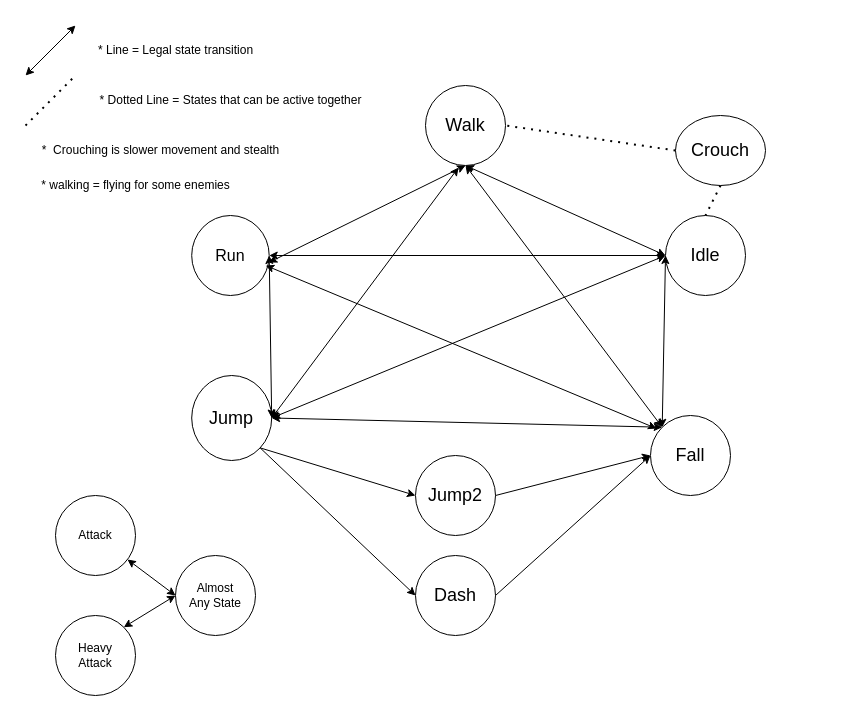
HolyTrie/Dark-Times-In-Sherwood keeps this draw.io diagram as Entity States.drawio. Above is the earlier version. Source tidied: cells renumbered, new cells numbered last; positions are measured from the earlier drawing's top-left corner, leaving out a move shared by most shapes. Both pictures are drawn from the tidied source at 100%, with x=0, y=0 at pixel (25, 25).
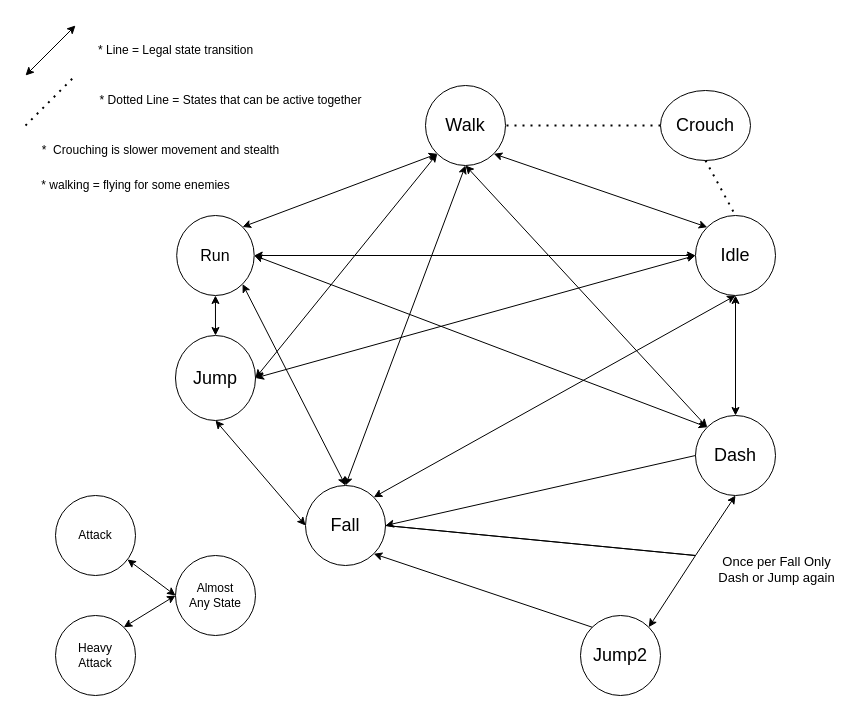
Above is the later version.

The change refers to these unchanged cells:
```xml
<mxCell id="3" value="&lt;font style=&quot;font-size: 18px;&quot;&gt;Walk&lt;/font&gt;" style="ellipse;whiteSpace=wrap;html=1;" parent="1" vertex="1">
  <mxGeometry x="400" y="60" width="80" height="80" as="geometry" />
</mxCell>
```

Change to the diagram source:
```diff
@@
     <mxCell id="2" value="&lt;font style=&quot;font-size: 18px;&quot;&gt;Idle&lt;/font&gt;" style="ellipse;whiteSpace=wrap;html=1;" parent="1" vertex="1">
-      <mxGeometry x="640" y="190" width="80" height="80" as="geometry" />
+      <mxGeometry x="670" y="190" width="80" height="80" as="geometry" />
     </mxCell>
@@
     <mxCell id="4" value="&lt;font size=&quot;3&quot;&gt;Run&lt;/font&gt;" style="ellipse;whiteSpace=wrap;html=1;" parent="1" vertex="1">
-      <mxGeometry x="166.2" y="190" width="77.5" height="80" as="geometry" />
+      <mxGeometry x="151.2" y="190" width="77.5" height="80" as="geometry" />
     </mxCell>
     <mxCell id="5" value="&lt;font style=&quot;font-size: 18px;&quot;&gt;Crouch&lt;/font&gt;" style="ellipse;whiteSpace=wrap;html=1;" parent="1" vertex="1">
-      <mxGeometry x="650" y="90" width="90" height="70" as="geometry" />
+      <mxGeometry x="635" y="65" width="90" height="70" as="geometry" />
     </mxCell>
     <mxCell id="6" value="&lt;font style=&quot;font-size: 18px;&quot;&gt;Jump&lt;/font&gt;" style="ellipse;whiteSpace=wrap;html=1;direction=south;" parent="1" vertex="1">
-      <mxGeometry x="166.2" y="350" width="80" height="85" as="geometry" />
+      <mxGeometry x="150" y="310" width="80" height="85" as="geometry" />
     </mxCell>
     <mxCell id="7" value="&lt;font style=&quot;font-size: 18px;&quot;&gt;Fall&lt;/font&gt;" style="ellipse;whiteSpace=wrap;html=1;" parent="1" vertex="1">
-      <mxGeometry x="625" y="390" width="80" height="80" as="geometry" />
+      <mxGeometry x="280" y="460" width="80" height="80" as="geometry" />
     </mxCell>
@@
     <mxCell id="10" value="&lt;font style=&quot;font-size: 18px;&quot;&gt;Dash&lt;/font&gt;" style="ellipse;whiteSpace=wrap;html=1;" parent="1" vertex="1">
-      <mxGeometry x="390" y="530" width="80" height="80" as="geometry" />
+      <mxGeometry x="670" y="390" width="80" height="80" as="geometry" />
     </mxCell>
@@
-    <mxCell id="12" style="endArrow=classic;startArrow=classic;html=1;rounded=0;exitX=0.5;exitY=1;exitDx=0;exitDy=0;entryX=0;entryY=0.5;entryDx=0;entryDy=0;" parent="1" edge="1" source="3" target="2">
+    <mxCell id="12" style="endArrow=classic;startArrow=classic;html=1;rounded=0;exitX=1;exitY=1;exitDx=0;exitDy=0;entryX=0;entryY=0;entryDx=0;entryDy=0;" parent="1" edge="1" source="3" target="2">
       <mxGeometry relative="1" as="geometry" />
     </mxCell>
@@
-    <mxCell id="19" style="endArrow=classic;startArrow=classic;html=1;rounded=0;exitX=0.5;exitY=1;exitDx=0;exitDy=0;entryX=0.994;entryY=0.588;entryDx=0;entryDy=0;entryPerimeter=0;" parent="1" edge="1" source="3" target="4">
+    <mxCell id="19" style="endArrow=classic;startArrow=classic;html=1;rounded=0;exitX=0;exitY=1;exitDx=0;exitDy=0;entryX=1;entryY=0;entryDx=0;entryDy=0;" parent="1" edge="1" source="3" target="4">
       <mxGeometry relative="1" as="geometry" />
     </mxCell>
-    <mxCell id="20" style="endArrow=classic;startArrow=classic;html=1;rounded=0;entryX=0.413;entryY=1.025;entryDx=0;entryDy=0;entryPerimeter=0;exitX=0.5;exitY=0;exitDx=0;exitDy=0;" parent="1" edge="1" source="6" target="3">
+    <mxCell id="20" style="endArrow=classic;startArrow=classic;html=1;rounded=0;exitX=0.5;exitY=0;exitDx=0;exitDy=0;entryX=0;entryY=1;entryDx=0;entryDy=0;" parent="1" edge="1" source="6" target="3">
       <mxGeometry relative="1" as="geometry" />
     </mxCell>
@@
-    <mxCell id="22" style="endArrow=classic;startArrow=classic;html=1;rounded=0;exitX=0.5;exitY=0;exitDx=0;exitDy=0;entryX=1;entryY=0.5;entryDx=0;entryDy=0;" parent="1" edge="1" source="6" target="4">
+    <mxCell id="22" style="endArrow=classic;startArrow=classic;html=1;rounded=0;exitX=0;exitY=0.5;exitDx=0;exitDy=0;entryX=0.5;entryY=1;entryDx=0;entryDy=0;" parent="1" edge="1" source="6" target="4">
       <mxGeometry relative="1" as="geometry" />
     </mxCell>
-    <mxCell id="23" style="endArrow=classic;startArrow=classic;html=1;rounded=0;exitX=0;exitY=0;exitDx=0;exitDy=0;entryX=0.5;entryY=0;entryDx=0;entryDy=0;" parent="1" edge="1" source="7" target="6">
+    <mxCell id="23" style="endArrow=classic;startArrow=classic;html=1;rounded=0;exitX=0;exitY=0.5;exitDx=0;exitDy=0;entryX=1;entryY=0.5;entryDx=0;entryDy=0;" parent="1" edge="1" source="7" target="6">
       <mxGeometry relative="1" as="geometry" />
     </mxCell>
     <mxCell id="24" value="&lt;font style=&quot;font-size: 18px;&quot;&gt;Jump2&lt;/font&gt;" style="ellipse;whiteSpace=wrap;html=1;" parent="1" vertex="1">
-      <mxGeometry x="390" y="430" width="80" height="80" as="geometry" />
+      <mxGeometry x="555" y="590" width="80" height="80" as="geometry" />
     </mxCell>
-    <mxCell id="25" style="endArrow=classic;startArrow=classic;html=1;rounded=0;exitX=0;exitY=0;exitDx=0;exitDy=0;entryX=0.5;entryY=1;entryDx=0;entryDy=0;" parent="1" edge="1" source="7" target="3">
+    <mxCell id="25" style="endArrow=classic;startArrow=classic;html=1;rounded=0;exitX=0.5;exitY=0;exitDx=0;exitDy=0;entryX=0.5;entryY=1;entryDx=0;entryDy=0;" parent="1" edge="1" source="7" target="3">
       <mxGeometry relative="1" as="geometry" />
     </mxCell>
-    <mxCell id="26" style="endArrow=classic;startArrow=classic;html=1;rounded=0;exitX=0.075;exitY=0.163;exitDx=0;exitDy=0;entryX=0.955;entryY=0.625;entryDx=0;entryDy=0;exitPerimeter=0;entryPerimeter=0;" parent="1" edge="1" source="7" target="4">
+    <mxCell id="26" style="endArrow=classic;startArrow=classic;html=1;rounded=0;exitX=0.5;exitY=0;exitDx=0;exitDy=0;entryX=1;entryY=1;entryDx=0;entryDy=0;" parent="1" edge="1" source="7" target="4">
       <mxGeometry relative="1" as="geometry" />
     </mxCell>
@@
-    <mxCell id="32" style="endArrow=classic;startArrow=classic;html=1;rounded=0;entryX=0;entryY=0.5;entryDx=0;entryDy=0;exitX=0;exitY=0;exitDx=0;exitDy=0;" parent="1" edge="1" source="7" target="2">
+    <mxCell id="32" style="endArrow=classic;startArrow=classic;html=1;rounded=0;entryX=0.5;entryY=1;entryDx=0;entryDy=0;exitX=1;exitY=0;exitDx=0;exitDy=0;" parent="1" edge="1" source="7" target="2">
       <mxGeometry relative="1" as="geometry" />
     </mxCell>
-    <mxCell id="33" style="endArrow=classic;html=1;rounded=0;exitX=1;exitY=0;exitDx=0;exitDy=0;entryX=0;entryY=0.5;entryDx=0;entryDy=0;" parent="1" edge="1" source="6" target="10">
-      <mxGeometry relative="1" as="geometry" />
-    </mxCell>
-    <mxCell id="34" style="endArrow=classic;html=1;rounded=0;exitX=1;exitY=0;exitDx=0;exitDy=0;entryX=0;entryY=0.5;entryDx=0;entryDy=0;" parent="1" edge="1" source="6" target="24">
-      <mxGeometry relative="1" as="geometry" />
-    </mxCell>
-    <mxCell id="35" style="endArrow=classic;html=1;rounded=0;exitX=1;exitY=0.5;exitDx=0;exitDy=0;entryX=0;entryY=0.5;entryDx=0;entryDy=0;" parent="1" edge="1" source="24" target="7">
+    <mxCell id="35" style="endArrow=classic;html=1;rounded=0;exitX=0;exitY=0;exitDx=0;exitDy=0;entryX=1;entryY=1;entryDx=0;entryDy=0;" parent="1" edge="1" source="24" target="7">
       <mxGeometry relative="1" as="geometry" />
     </mxCell>
-    <mxCell id="36" style="endArrow=classic;html=1;rounded=0;exitX=1;exitY=0.5;exitDx=0;exitDy=0;entryX=0;entryY=0.5;entryDx=0;entryDy=0;" parent="1" edge="1" source="10" target="7">
+    <mxCell id="36" style="endArrow=classic;html=1;rounded=0;exitX=0;exitY=0.5;exitDx=0;exitDy=0;entryX=1;entryY=0.5;entryDx=0;entryDy=0;" parent="1" edge="1" source="10" target="7">
       <mxGeometry relative="1" as="geometry" />
     </mxCell>
+    <mxCell id="37" style="endArrow=classic;startArrow=classic;html=1;rounded=0;exitX=1;exitY=0.5;exitDx=0;exitDy=0;entryX=0;entryY=0;entryDx=0;entryDy=0;" parent="1" edge="1" source="4" target="10">
+      <mxGeometry relative="1" as="geometry" />
+    </mxCell>
+    <mxCell id="38" style="endArrow=classic;startArrow=classic;html=1;rounded=0;exitX=0.5;exitY=0;exitDx=0;exitDy=0;entryX=0.5;entryY=1;entryDx=0;entryDy=0;" parent="1" edge="1" source="10" target="2">
+      <mxGeometry relative="1" as="geometry" />
+    </mxCell>
+    <mxCell id="39" style="endArrow=classic;html=1;rounded=0;entryX=0.5;entryY=1;entryDx=0;entryDy=0;" parent="1" edge="1" target="10">
+      <mxGeometry relative="1" as="geometry">
+        <mxPoint x="360" y="500" as="sourcePoint" />
+        <Array as="points">
+          <mxPoint x="670" y="530" />
+        </Array>
+      </mxGeometry>
+    </mxCell>
+    <mxCell id="40" value="&lt;font style=&quot;font-size: 13px;&quot;&gt;Once per Fall Only&lt;br&gt;Dash or Jump again&lt;br&gt;&lt;br&gt;&lt;/font&gt;" style="edgeLabel;html=1;align=center;verticalAlign=middle;" parent="39" vertex="1">
+      <mxGeometry relative="1" as="geometry">
+        <mxPoint x="199" y="33" as="offset" />
+      </mxGeometry>
+    </mxCell>
+    <mxCell id="41" style="endArrow=classic;html=1;rounded=0;entryX=1;entryY=0;entryDx=0;entryDy=0;" parent="1" edge="1" target="24">
+      <mxGeometry relative="1" as="geometry">
+        <mxPoint x="360" y="500" as="sourcePoint" />
+        <Array as="points">
+          <mxPoint x="670" y="530" />
+        </Array>
+      </mxGeometry>
+    </mxCell>
+    <mxCell id="42" style="endArrow=classic;startArrow=classic;html=1;rounded=0;exitX=0.5;exitY=1;exitDx=0;exitDy=0;entryX=0;entryY=0;entryDx=0;entryDy=0;" parent="1" edge="1" source="3" target="10">
+      <mxGeometry relative="1" as="geometry" />
+    </mxCell>
```
